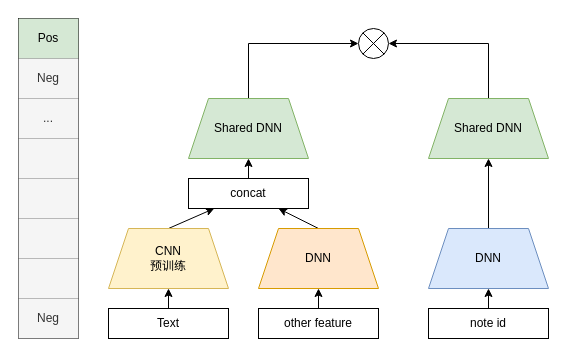
luoshao23/digram keeps this draw.io diagram as youtube.drawio. Above is the earlier version. Source tidied: cells renumbered, new cells numbered last; positions are measured from the earlier drawing's top-left corner, leaving out a move shared by most shapes. Both pictures are drawn from the tidied source at 100%, with x=0, y=0 at pixel (18, 18).
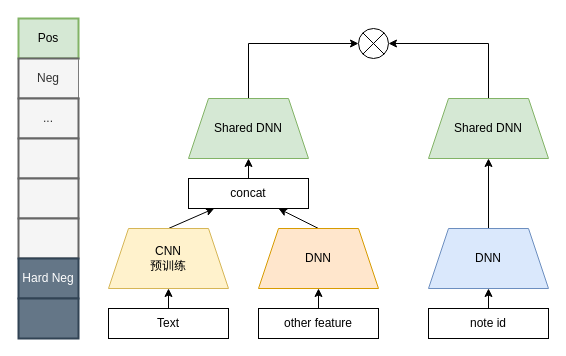
The same page after the edit.

The edit, as a diff of the source:
```diff
@@
-    <mxCell id="23" style="shape=table;startSize=0;childLayout=tableLayout;" parent="1" vertex="1">
+    <mxCell id="23" style="shape=table;startSize=0;childLayout=tableLayout;swimlaneFillColor=none;strokeWidth=1;" parent="1" vertex="1">
       <mxGeometry width="60" height="320" as="geometry" />
     </mxCell>
-    <mxCell id="24" style="shape=tableRow;horizontal=0;startSize=0;swimlaneHead=0;swimlaneBody=0;top=0;left=0;bottom=0;right=0;fillColor=none;" parent="23" vertex="1">
+    <mxCell id="24" style="shape=tableRow;horizontal=0;startSize=0;swimlaneHead=0;swimlaneBody=0;top=0;left=0;bottom=0;right=0;fillColor=none;swimlaneFillColor=none;strokeWidth=2;" parent="23" vertex="1">
       <mxGeometry width="60" height="40" as="geometry" />
     </mxCell>
-    <mxCell id="25" value="Pos" style="shape=partialRectangle;html=1;whiteSpace=wrap;overflow=hidden;fillColor=#d5e8d4;top=0;left=0;bottom=0;right=0;strokeColor=#82b366;" parent="24" vertex="1">
+    <mxCell id="25" value="Pos" style="shape=partialRectangle;html=1;whiteSpace=wrap;overflow=hidden;fillColor=#d5e8d4;top=1;left=1;bottom=1;right=1;strokeColor=#82b366;swimlaneFillColor=none;strokeWidth=2;sketch=0;" parent="24" vertex="1">
       <mxGeometry width="60" height="40" as="geometry" />
     </mxCell>
-    <mxCell id="26" style="shape=tableRow;horizontal=0;startSize=0;swimlaneHead=0;swimlaneBody=0;top=0;left=0;bottom=0;right=0;fillColor=none;" parent="23" vertex="1">
+    <mxCell id="26" style="shape=tableRow;horizontal=0;startSize=0;swimlaneHead=0;swimlaneBody=0;top=0;left=0;bottom=0;right=0;fillColor=none;swimlaneFillColor=none;strokeWidth=2;" parent="23" vertex="1">
       <mxGeometry y="40" width="60" height="40" as="geometry" />
     </mxCell>
-    <mxCell id="27" value="Neg" style="shape=partialRectangle;html=1;whiteSpace=wrap;overflow=hidden;fillColor=#f5f5f5;top=0;left=0;bottom=0;right=0;fontColor=#333333;strokeColor=#666666;" parent="26" vertex="1">
+    <mxCell id="27" value="Neg" style="shape=partialRectangle;html=1;whiteSpace=wrap;overflow=hidden;fillColor=#f5f5f5;top=1;left=1;bottom=1;right=0;fontColor=#333333;strokeColor=#666666;swimlaneFillColor=none;strokeWidth=2;" parent="26" vertex="1">
       <mxGeometry width="60" height="40" as="geometry" />
     </mxCell>
-    <mxCell id="28" style="shape=tableRow;horizontal=0;startSize=0;swimlaneHead=0;swimlaneBody=0;top=0;left=0;bottom=0;right=0;fillColor=none;" parent="23" vertex="1">
+    <mxCell id="28" style="shape=tableRow;horizontal=0;startSize=0;swimlaneHead=0;swimlaneBody=0;top=0;left=0;bottom=0;right=0;fillColor=none;swimlaneFillColor=none;strokeWidth=2;" parent="23" vertex="1">
       <mxGeometry y="80" width="60" height="40" as="geometry" />
     </mxCell>
-    <mxCell id="29" value="..." style="shape=partialRectangle;html=1;whiteSpace=wrap;overflow=hidden;fillColor=#f5f5f5;top=0;left=0;bottom=0;right=0;fontColor=#333333;strokeColor=#666666;" parent="28" vertex="1">
+    <mxCell id="29" value="..." style="shape=partialRectangle;html=1;whiteSpace=wrap;overflow=hidden;fillColor=#f5f5f5;top=1;left=1;bottom=1;right=1;fontColor=#333333;strokeColor=#666666;swimlaneFillColor=none;strokeWidth=2;" parent="28" vertex="1">
       <mxGeometry width="60" height="40" as="geometry" />
     </mxCell>
-    <mxCell id="30" style="shape=tableRow;horizontal=0;startSize=0;swimlaneHead=0;swimlaneBody=0;top=0;left=0;bottom=0;right=0;fillColor=none;" parent="23" vertex="1">
+    <mxCell id="30" style="shape=tableRow;horizontal=0;startSize=0;swimlaneHead=0;swimlaneBody=0;top=0;left=0;bottom=0;right=0;fillColor=none;swimlaneFillColor=none;strokeWidth=2;" parent="23" vertex="1">
       <mxGeometry y="120" width="60" height="40" as="geometry" />
     </mxCell>
-    <mxCell id="31" style="shape=partialRectangle;html=1;whiteSpace=wrap;overflow=hidden;fillColor=#f5f5f5;top=0;left=0;bottom=0;right=0;fontColor=#333333;strokeColor=#666666;" parent="30" vertex="1">
+    <mxCell id="31" style="shape=partialRectangle;html=1;whiteSpace=wrap;overflow=hidden;fillColor=#f5f5f5;top=1;left=1;bottom=1;right=1;fontColor=#333333;strokeColor=#666666;swimlaneFillColor=none;strokeWidth=2;" parent="30" vertex="1">
       <mxGeometry width="60" height="40" as="geometry" />
     </mxCell>
-    <mxCell id="32" style="shape=tableRow;horizontal=0;startSize=0;swimlaneHead=0;swimlaneBody=0;top=0;left=0;bottom=0;right=0;fillColor=none;" parent="23" vertex="1">
+    <mxCell id="32" style="shape=tableRow;horizontal=0;startSize=0;swimlaneHead=0;swimlaneBody=0;top=0;left=0;bottom=0;right=0;fillColor=none;swimlaneFillColor=none;strokeWidth=2;" parent="23" vertex="1">
       <mxGeometry y="160" width="60" height="40" as="geometry" />
     </mxCell>
-    <mxCell id="33" style="shape=partialRectangle;html=1;whiteSpace=wrap;overflow=hidden;fillColor=#f5f5f5;top=0;left=0;bottom=0;right=0;fontColor=#333333;strokeColor=#666666;" parent="32" vertex="1">
+    <mxCell id="33" style="shape=partialRectangle;html=1;whiteSpace=wrap;overflow=hidden;fillColor=#f5f5f5;top=1;left=1;bottom=1;right=1;fontColor=#333333;strokeColor=#666666;swimlaneFillColor=none;strokeWidth=2;" parent="32" vertex="1">
       <mxGeometry width="60" height="40" as="geometry" />
     </mxCell>
-    <mxCell id="34" style="shape=tableRow;horizontal=0;startSize=0;swimlaneHead=0;swimlaneBody=0;top=0;left=0;bottom=0;right=0;fillColor=none;" parent="23" vertex="1">
+    <mxCell id="34" style="shape=tableRow;horizontal=0;startSize=0;swimlaneHead=0;swimlaneBody=0;top=0;left=0;bottom=0;right=0;fillColor=none;swimlaneFillColor=none;strokeWidth=2;" parent="23" vertex="1">
       <mxGeometry y="200" width="60" height="40" as="geometry" />
     </mxCell>
-    <mxCell id="35" style="shape=partialRectangle;html=1;whiteSpace=wrap;overflow=hidden;fillColor=#f5f5f5;top=0;left=0;bottom=0;right=0;fontColor=#333333;strokeColor=#666666;" parent="34" vertex="1">
+    <mxCell id="35" style="shape=partialRectangle;html=1;whiteSpace=wrap;overflow=hidden;fillColor=#f5f5f5;top=1;left=1;bottom=1;right=1;fontColor=#333333;strokeColor=#666666;swimlaneFillColor=none;strokeWidth=2;" parent="34" vertex="1">
       <mxGeometry width="60" height="40" as="geometry" />
     </mxCell>
-    <mxCell id="36" style="shape=tableRow;horizontal=0;startSize=0;swimlaneHead=0;swimlaneBody=0;top=0;left=0;bottom=0;right=0;fillColor=none;" parent="23" vertex="1">
+    <mxCell id="36" style="shape=tableRow;horizontal=0;startSize=0;swimlaneHead=0;swimlaneBody=0;top=0;left=0;bottom=0;right=0;fillColor=none;swimlaneFillColor=none;strokeWidth=2;" parent="23" vertex="1">
       <mxGeometry y="240" width="60" height="40" as="geometry" />
     </mxCell>
-    <mxCell id="37" style="shape=partialRectangle;html=1;whiteSpace=wrap;overflow=hidden;fillColor=#f5f5f5;top=0;left=0;bottom=0;right=0;fontColor=#333333;strokeColor=#666666;" parent="36" vertex="1">
+    <mxCell id="37" value="Hard Neg" style="shape=partialRectangle;html=1;whiteSpace=wrap;overflow=hidden;fillColor=#647687;top=1;left=1;bottom=1;right=1;fontColor=#ffffff;strokeColor=#314354;swimlaneFillColor=none;strokeWidth=2;" parent="36" vertex="1">
       <mxGeometry width="60" height="40" as="geometry" />
     </mxCell>
-    <mxCell id="38" style="shape=tableRow;horizontal=0;startSize=0;swimlaneHead=0;swimlaneBody=0;top=0;left=0;bottom=0;right=0;fillColor=none;" parent="23" vertex="1">
+    <mxCell id="38" style="shape=tableRow;horizontal=0;startSize=0;swimlaneHead=0;swimlaneBody=0;top=0;left=0;bottom=0;right=0;fillColor=none;swimlaneFillColor=none;strokeWidth=2;" parent="23" vertex="1">
       <mxGeometry y="280" width="60" height="40" as="geometry" />
     </mxCell>
-    <mxCell id="39" value="&lt;span&gt;Neg&lt;/span&gt;" style="shape=partialRectangle;html=1;whiteSpace=wrap;overflow=hidden;fillColor=#f5f5f5;top=0;left=0;bottom=0;right=0;fontColor=#333333;strokeColor=#666666;" parent="38" vertex="1">
+    <mxCell id="39" style="shape=partialRectangle;html=1;whiteSpace=wrap;overflow=hidden;fillColor=#647687;top=1;left=1;bottom=1;right=1;fontColor=#ffffff;strokeColor=#314354;swimlaneFillColor=none;strokeWidth=2;" parent="38" vertex="1">
       <mxGeometry width="60" height="40" as="geometry" />
     </mxCell>
```
